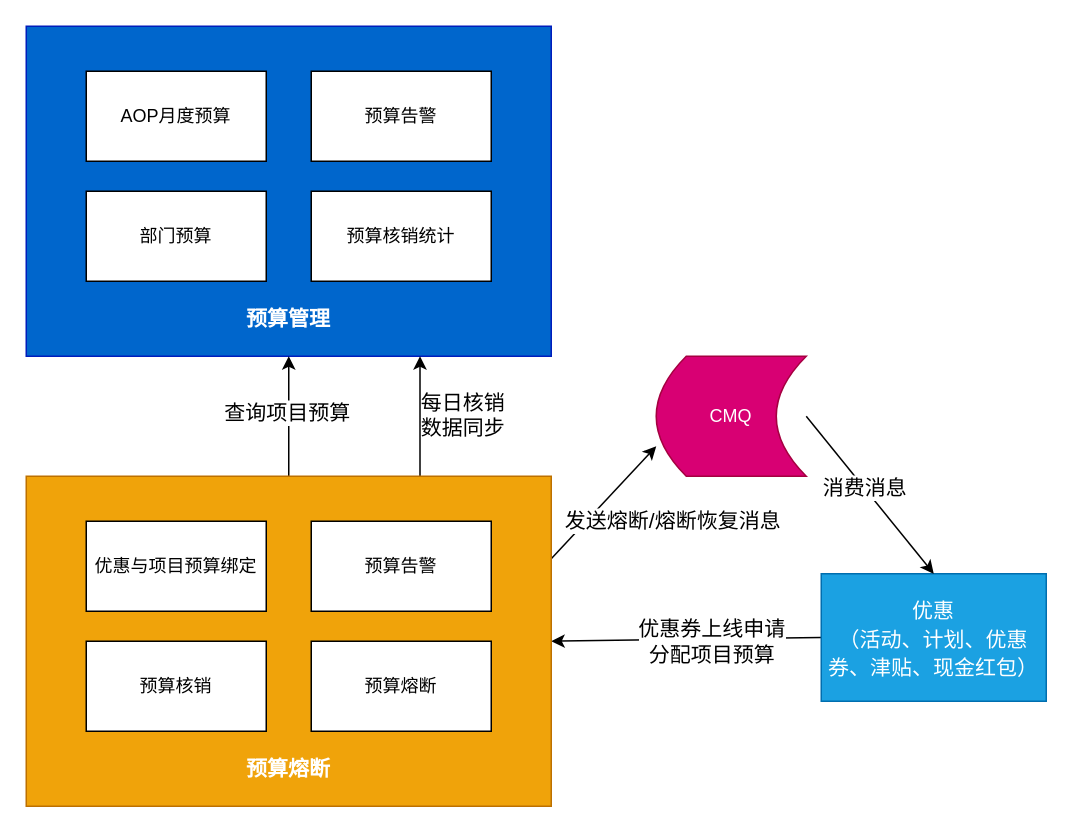
zengcrvip/basedemo keeps this draw.io diagram as page "Page-12" (12 of 12) of src/flow.drawio. Above is the earlier version. Source tidied: cells renumbered, new cells numbered last; positions are measured from the earlier drawing's top-left corner, leaving out a move shared by most shapes. Both pictures are drawn from the tidied source at 150%, with x=0, y=0 at pixel (26, 26).
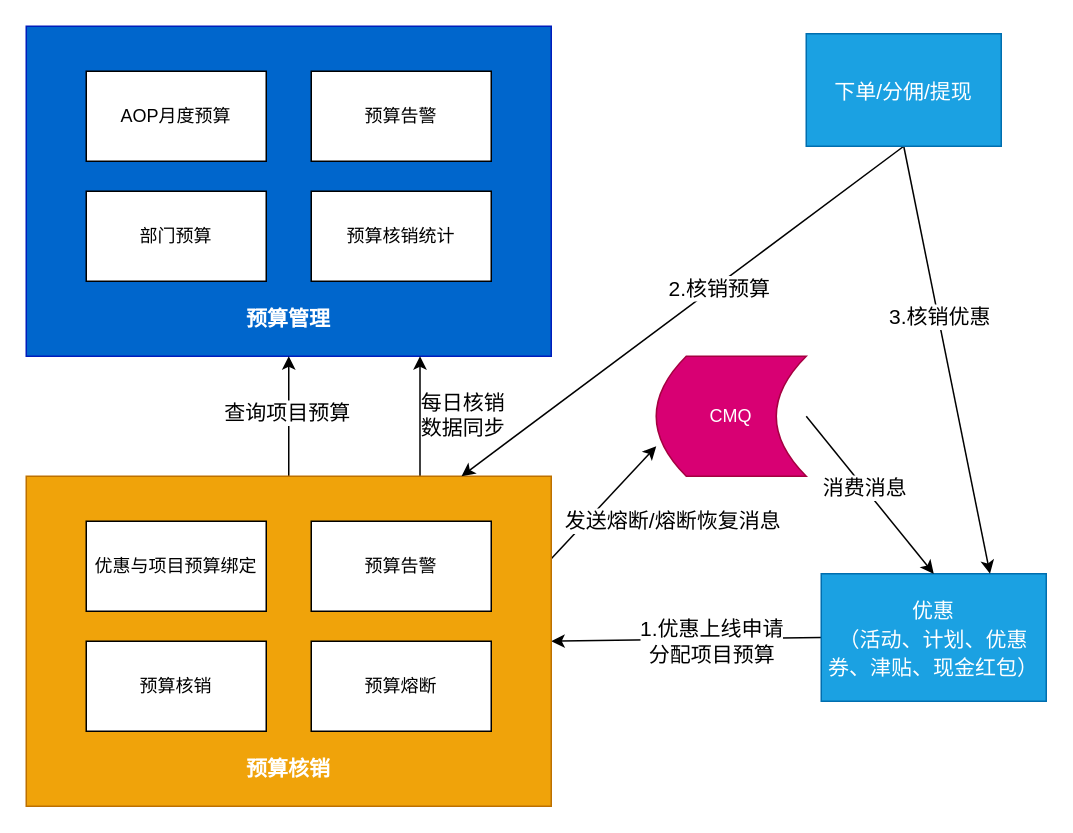
The same diagram, later.

The change refers to these unchanged cells:
```xml
<mxCell id="8" style="edgeStyle=none;rounded=0;jettySize=auto;html=1;exitX=0;exitY=0.5;exitDx=0;exitDy=0;entryX=1;entryY=0.5;entryDx=0;entryDy=0;fontSize=14;fontColor=#000000;" parent="1" edge="1" source="10" target="20">
  <mxGeometry relative="1" as="geometry" />
</mxCell>
<mxCell id="10" value="&lt;span style=&quot;font-size: 14px&quot;&gt;优惠&lt;br&gt;（活动、计划、优惠券、津贴、现金红包）&lt;br&gt;&lt;/span&gt;" style="rounded=0;whiteSpace=wrap;html=1;fontSize=16;strokeWidth=1;fillColor=#1ba1e2;fontColor=#ffffff;strokeColor=#006EAF;" parent="1" vertex="1">
  <mxGeometry x="530" y="365" width="150" height="85" as="geometry" />
</mxCell>
<mxCell id="20" style="rounded=0;whiteSpace=wrap;html=1;fillColor=#f0a30a;strokeColor=#BD7000;fontColor=#000000;" parent="1" vertex="1">
  <mxGeometry y="300" width="350" height="220" as="geometry" />
</mxCell>
```

Diff of the diagram source:
```diff
@@
-    <mxCell id="9" value="优惠券上线申请&lt;br&gt;分配项目预算" style="edgeLabel;html=1;align=center;verticalAlign=middle;fontSize=14;fontColor=#000000;" parent="8" vertex="1">
+    <mxCell id="9" value="1.优惠上线申请&lt;br&gt;分配项目预算" style="edgeLabel;html=1;align=center;verticalAlign=middle;fontSize=14;fontColor=#000000;" parent="8" vertex="1">
       <mxGeometry x="0.41" relative="1" as="geometry">
         <mxPoint x="53" as="offset" />
       </mxGeometry>
     </mxCell>
@@
-    <mxCell id="25" value="&lt;font color=&quot;#ffffff&quot;&gt;&lt;b&gt;预算熔断&lt;/b&gt;&lt;/font&gt;" style="text;html=1;strokeColor=none;fillColor=none;align=center;verticalAlign=middle;whiteSpace=wrap;rounded=0;fontSize=14;fontColor=#000000;" parent="1" vertex="1">
+    <mxCell id="25" value="&lt;font color=&quot;#ffffff&quot;&gt;&lt;b&gt;预算核销&lt;/b&gt;&lt;/font&gt;" style="text;html=1;strokeColor=none;fillColor=none;align=center;verticalAlign=middle;whiteSpace=wrap;rounded=0;fontSize=14;fontColor=#000000;" parent="1" vertex="1">
       <mxGeometry x="145" y="480" width="60" height="30" as="geometry" />
     </mxCell>
+    <mxCell id="26" style="edgeStyle=none;rounded=0;jettySize=auto;html=1;exitX=0.5;exitY=1;exitDx=0;exitDy=0;entryX=0.829;entryY=0;entryDx=0;entryDy=0;entryPerimeter=0;fontSize=14;fontColor=#000000;" parent="1" edge="1" source="30" target="20">
+      <mxGeometry relative="1" as="geometry" />
+    </mxCell>
+    <mxCell id="27" value="2.核销预算" style="edgeLabel;html=1;align=center;verticalAlign=middle;fontSize=14;fontColor=#000000;" parent="26" vertex="1">
+      <mxGeometry x="-0.15" y="2" relative="1" as="geometry" />
+    </mxCell>
+    <mxCell id="28" style="edgeStyle=none;rounded=0;jettySize=auto;html=1;exitX=0.5;exitY=1;exitDx=0;exitDy=0;entryX=0.75;entryY=0;entryDx=0;entryDy=0;fontSize=14;fontColor=#000000;" parent="1" edge="1" source="30" target="10">
+      <mxGeometry relative="1" as="geometry" />
+    </mxCell>
+    <mxCell id="29" value="3.核销优惠" style="edgeLabel;html=1;align=center;verticalAlign=middle;fontSize=14;fontColor=#000000;" parent="28" vertex="1">
+      <mxGeometry x="-0.2" y="1" relative="1" as="geometry" />
+    </mxCell>
+    <mxCell id="30" value="&lt;span style=&quot;font-size: 14px&quot;&gt;下单/分佣/提现&lt;br&gt;&lt;/span&gt;" style="rounded=0;whiteSpace=wrap;html=1;fontSize=16;strokeWidth=1;fillColor=#1ba1e2;fontColor=#ffffff;strokeColor=#006EAF;" parent="1" vertex="1">
+      <mxGeometry x="520" y="5" width="130" height="75" as="geometry" />
+    </mxCell>
```
